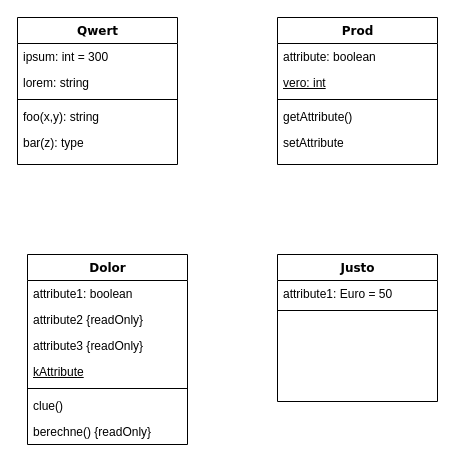
KathBerg/diagram-construction-site keeps this draw.io diagram as Klassendiagramm-EA4.drawio. Above is the earlier version. Source tidied: cells renumbered, new cells numbered last; positions are measured from the earlier drawing's top-left corner, leaving out a move shared by most shapes. Both pictures are drawn from the tidied source at 100%, with x=0, y=0 at pixel (17, 17).
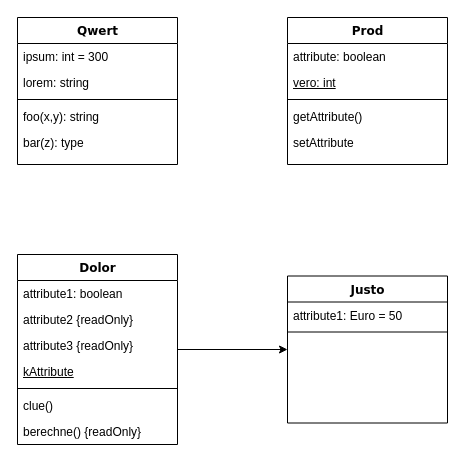
The same diagram, later.

What changed in the source:
```diff
@@
     <mxCell id="8" value="Prod" style="swimlane;html=1;fontStyle=1;align=center;verticalAlign=top;horizontal=1;startSize=26;swimlaneFillColor=#ffffff;rounded=0;shadow=0;comic=0;labelBackgroundColor=none;strokeWidth=1;fillColor=none;fontFamily=Verdana;fontSize=12;" parent="1" vertex="1">
-      <mxGeometry x="260" width="160" height="147" as="geometry" />
+      <mxGeometry x="270" width="160" height="147" as="geometry" />
     </mxCell>
@@
     <mxCell id="14" value="Justo" style="swimlane;html=1;fontStyle=1;align=center;verticalAlign=top;horizontal=1;startSize=26;swimlaneFillColor=#ffffff;rounded=0;shadow=0;comic=0;labelBackgroundColor=none;strokeWidth=1;fillColor=none;fontFamily=Verdana;fontSize=12;" parent="1" vertex="1">
-      <mxGeometry x="260" y="237" width="160" height="147" as="geometry" />
+      <mxGeometry x="270" y="258.5" width="160" height="147" as="geometry" />
     </mxCell>
@@
+    <mxCell id="25" style="edgeStyle=orthogonalEdgeStyle;rounded=0;jettySize=auto;html=1;entryX=0;entryY=0.5;entryDx=0;entryDy=0;" parent="1" edge="1" source="17" target="14">
+      <mxGeometry relative="1" as="geometry" />
+    </mxCell>
     <mxCell id="17" value="Dolor" style="swimlane;html=1;fontStyle=1;align=center;verticalAlign=top;horizontal=1;startSize=26;swimlaneFillColor=#ffffff;rounded=0;shadow=0;comic=0;labelBackgroundColor=none;strokeWidth=1;fillColor=none;fontFamily=Verdana;fontSize=12;" parent="1" vertex="1">
-      <mxGeometry x="10" y="237" width="160" height="190" as="geometry" />
+      <mxGeometry y="237" width="160" height="190" as="geometry" />
     </mxCell>
```
